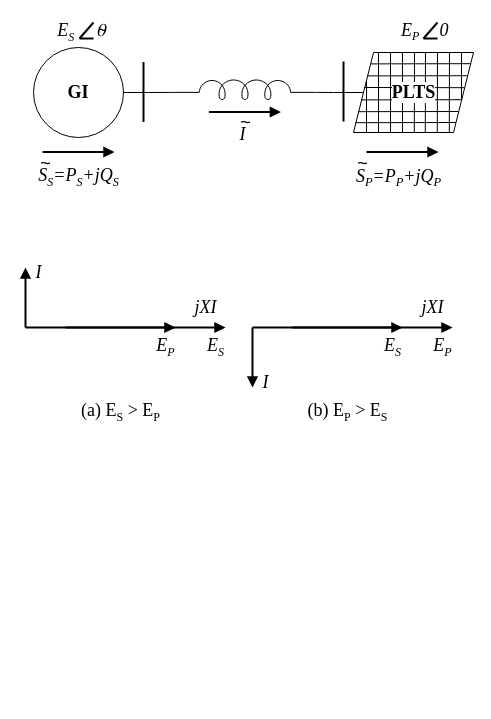
The draw.io diagram before figure/volrise.drawio in wijayayatmaja/disertasidoktordtetiugm, before the edit. Source tidied: cells renumbered, new cells numbered last; positions are measured from the earlier drawing's top-left corner, leaving out a move shared by most shapes. Both pictures are drawn from the tidied source at 100%, with x=0, y=0 at pixel (25, 17).
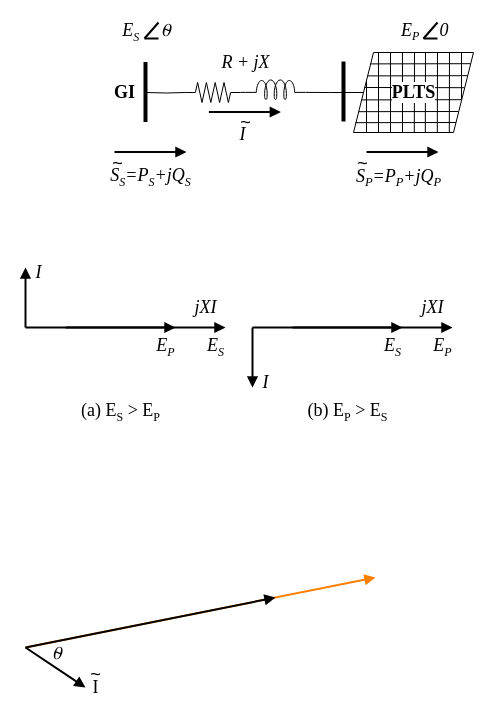
Above is the later version.

The edit, as a diff of the source:
```diff
@@
+    <mxCell id="59" style="endArrow=block;html=1;endFill=1;strokeWidth=2;strokeColor=#FF8000;" parent="1" edge="1">
+      <mxGeometry relative="1" as="geometry">
+        <mxPoint y="630" as="sourcePoint" />
+        <mxPoint x="350" y="560" as="targetPoint" />
+      </mxGeometry>
+    </mxCell>
-    <mxCell id="2" style="edgeStyle=orthogonalEdgeStyle;rounded=0;jettySize=auto;html=1;entryX=0;entryY=0.645;entryDx=0;entryDy=0;entryPerimeter=0;endArrow=none;endFill=0;" parent="1" edge="1" source="3" target="5">
-      <mxGeometry relative="1" as="geometry" />
+    <mxCell id="2" style="edgeStyle=orthogonalEdgeStyle;rounded=0;jettySize=auto;html=1;endArrow=none;endFill=0;entryX=0;entryY=0.5;entryDx=0;entryDy=0;entryPerimeter=0;" parent="1" edge="1" target="61">
+      <mxGeometry relative="1" as="geometry">
+        <mxPoint x="120" y="75" as="sourcePoint" />
+      </mxGeometry>
     </mxCell>
-    <mxCell id="3" value="&lt;b&gt;&lt;font style=&quot;font-size: 18px&quot;&gt;GI&lt;/font&gt;&lt;/b&gt;" style="ellipse;whiteSpace=wrap;html=1;fontFamily=Times New Roman;" parent="1" vertex="1">
-      <mxGeometry x="8" y="30" width="90" height="90" as="geometry" />
-    </mxCell>
@@
     <mxCell id="5" style="verticalLabelPosition=bottom;shadow=0;dashed=0;align=center;html=1;verticalAlign=top;shape=mxgraph.electrical.inductors.inductor_5;" parent="1" vertex="1">
-      <mxGeometry x="148" y="62" width="142.9" height="20" as="geometry" />
+      <mxGeometry x="220" y="62" width="60" height="20" as="geometry" />
     </mxCell>
-    <mxCell id="6" style="endArrow=none;html=1;strokeWidth=2;" parent="1" edge="1">
+    <mxCell id="6" style="endArrow=none;html=1;strokeWidth=4;" parent="1" edge="1">
       <mxGeometry relative="1" as="geometry">
-        <mxPoint x="118" y="104.5" as="sourcePoint" />
-        <mxPoint x="118" y="44.5" as="targetPoint" />
+        <mxPoint x="120" y="104.5" as="sourcePoint" />
+        <mxPoint x="120" y="44.5" as="targetPoint" />
       </mxGeometry>
     </mxCell>
@@
-    <mxCell id="25" style="endArrow=none;html=1;strokeWidth=2;" parent="1" edge="1">
+    <mxCell id="25" style="endArrow=none;html=1;strokeWidth=4;" parent="1" edge="1">
       <mxGeometry relative="1" as="geometry">
         <mxPoint x="318" y="104" as="sourcePoint" />
         <mxPoint x="318" y="44" as="targetPoint" />
       </mxGeometry>
     </mxCell>
     <mxCell id="26" value="E&lt;sub&gt;&lt;font style=&quot;font-size: 12px&quot;&gt;S&amp;nbsp;&amp;nbsp;&lt;/font&gt;&lt;/sub&gt;&lt;sub&gt;&amp;nbsp; &amp;nbsp;&amp;nbsp;&lt;/sub&gt;⍬&lt;sub&gt;&amp;nbsp;&amp;nbsp;&lt;/sub&gt;" style="text;html=1;align=center;verticalAlign=middle;strokeColor=none;fontSize=18;fontStyle=2;fontFamily=Times New Roman;" parent="1" vertex="1">
-      <mxGeometry x="25" width="70" height="30" as="geometry" />
+      <mxGeometry x="90" width="70" height="30" as="geometry" />
     </mxCell>
     <mxCell id="27" style="group;" parent="1" vertex="1">
-      <mxGeometry x="54" y="5" width="14" height="16" as="geometry" />
+      <mxGeometry x="119" y="5" width="14" height="16" as="geometry" />
     </mxCell>
@@
     <mxCell id="34" style="endArrow=block;html=1;fontSize=18;strokeWidth=2;endFill=1;" parent="1" edge="1">
       <mxGeometry relative="1" as="geometry">
-        <mxPoint x="17" y="134.5" as="sourcePoint" />
-        <mxPoint x="89" y="134.5" as="targetPoint" />
+        <mxPoint x="89" y="134.5" as="sourcePoint" />
+        <mxPoint x="161" y="134.5" as="targetPoint" />
       </mxGeometry>
     </mxCell>
@@
     <mxCell id="39" value="&lt;i&gt;S&lt;sub&gt;&lt;font style=&quot;font-size: 12px&quot;&gt;S&lt;/font&gt;&lt;/sub&gt;=P&lt;sub&gt;&lt;font style=&quot;font-size: 12px&quot;&gt;S&lt;/font&gt;&lt;/sub&gt;+jQ&lt;sub&gt;&lt;font style=&quot;font-size: 12px&quot;&gt;S&lt;/font&gt;&lt;/sub&gt;&lt;/i&gt;" style="text;html=1;align=center;verticalAlign=middle;strokeColor=none;fontSize=18;fontFamily=Times New Roman;" parent="1" vertex="1">
-      <mxGeometry x="3" y="144.5" width="100" height="30" as="geometry" />
+      <mxGeometry x="75" y="144.5" width="100" height="30" as="geometry" />
     </mxCell>
     <mxCell id="40" value="~" style="text;html=1;align=center;verticalAlign=middle;strokeColor=none;fontSize=18;" parent="1" vertex="1">
-      <mxGeometry x="5" y="130.5" width="30" height="30" as="geometry" />
+      <mxGeometry x="77" y="130.5" width="30" height="30" as="geometry" />
     </mxCell>
@@
+    <mxCell id="60" style="edgeStyle=orthogonalEdgeStyle;rounded=0;jettySize=auto;html=1;entryX=0;entryY=0.645;entryDx=0;entryDy=0;entryPerimeter=0;endArrow=none;endFill=0;exitX=1;exitY=0.5;exitDx=0;exitDy=0;exitPerimeter=0;" parent="1" edge="1" source="61" target="5">
+      <mxGeometry relative="1" as="geometry">
+        <Array as="points">
+          <mxPoint x="220" y="75" />
+        </Array>
+      </mxGeometry>
+    </mxCell>
+    <mxCell id="61" style="verticalLabelPosition=bottom;shadow=0;dashed=0;align=center;html=1;verticalAlign=top;shape=mxgraph.electrical.resistors.resistor_2;" parent="1" vertex="1">
+      <mxGeometry x="160" y="65" width="55" height="20" as="geometry" />
+    </mxCell>
+    <mxCell id="62" value="&lt;i&gt;R + jX&lt;/i&gt;" style="text;html=1;align=center;verticalAlign=middle;strokeColor=none;fontSize=18;fontFamily=Times New Roman;" parent="1" vertex="1">
+      <mxGeometry x="190" y="30" width="60" height="30" as="geometry" />
+    </mxCell>
+    <mxCell id="3" value="GI" style="text;html=1;align=center;verticalAlign=middle;points=[];strokeColor=none;fontSize=18;fontFamily=Times New Roman;fontStyle=1;" parent="1" vertex="1">
+      <mxGeometry x="79" y="60" width="40" height="30" as="geometry" />
+    </mxCell>
+    <mxCell id="63" style="endArrow=block;html=1;endFill=1;strokeWidth=2;" parent="1" edge="1">
+      <mxGeometry relative="1" as="geometry">
+        <mxPoint y="630" as="sourcePoint" />
+        <mxPoint x="250" y="580" as="targetPoint" />
+      </mxGeometry>
+    </mxCell>
+    <mxCell id="64" style="endArrow=block;html=1;endFill=1;strokeWidth=2;" parent="1" edge="1">
+      <mxGeometry relative="1" as="geometry">
+        <mxPoint y="630" as="sourcePoint" />
+        <mxPoint x="60" y="670" as="targetPoint" />
+      </mxGeometry>
+    </mxCell>
+    <mxCell id="65" value="⍬&lt;sub&gt;&amp;nbsp;&amp;nbsp;&lt;/sub&gt;" style="text;html=1;align=center;verticalAlign=middle;strokeColor=none;fontSize=18;fontStyle=2;fontFamily=Times New Roman;" parent="1" vertex="1">
+      <mxGeometry x="20" y="623" width="30" height="30" as="geometry" />
+    </mxCell>
+    <mxCell id="66" value="I" style="text;html=1;align=center;verticalAlign=middle;strokeColor=none;fontSize=18;fontFamily=Times New Roman;" parent="1" vertex="1">
+      <mxGeometry x="60" y="655" width="20" height="30" as="geometry" />
+    </mxCell>
+    <mxCell id="67" value="~" style="text;html=1;align=center;verticalAlign=middle;strokeColor=none;fontSize=18;" parent="1" vertex="1">
+      <mxGeometry x="55" y="642" width="30" height="30" as="geometry" />
+    </mxCell>
```
